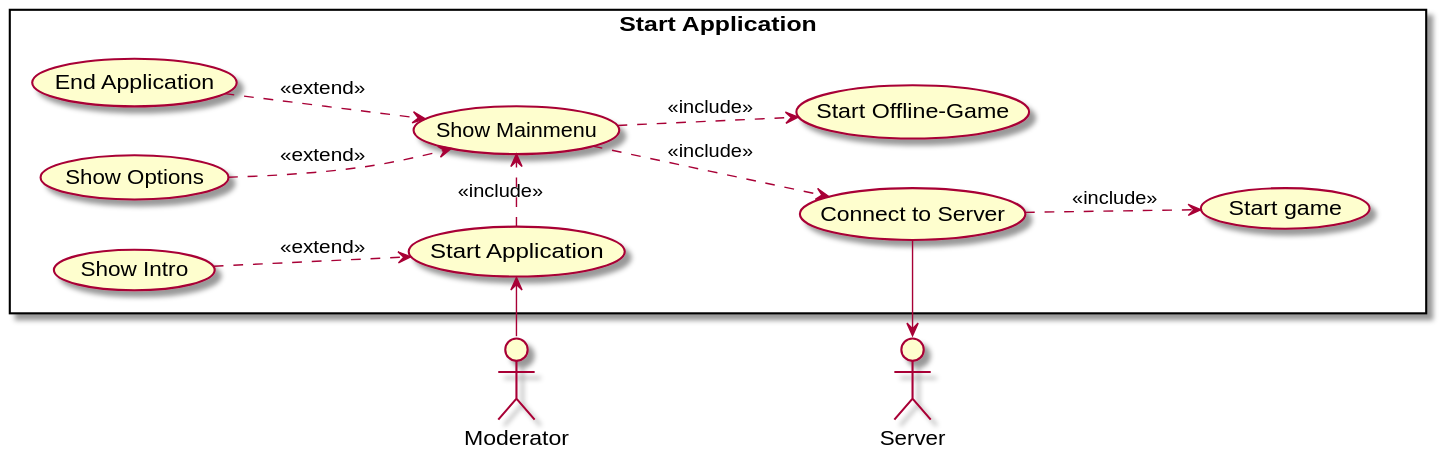
Brotenko/QualityQuest keeps this PlantUML diagram as Docs/Technical Specifications/docs/diagrams/UseCase/Moderator_Client_A.svg. Above is the earlier version.
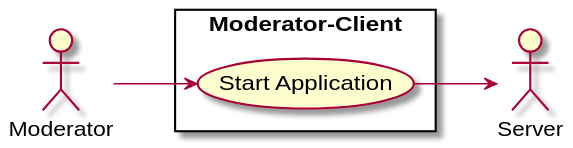
The same diagram one commit later.

What changed in the source:
```diff
@@ -1,30 +1,19 @@
 @startuml
 left to right direction
 
-rectangle "Start Application" {
-    usecase "Start Application" as s
-    usecase "Show Intro" as ia
-    usecase "Show Mainmenu" as mm
-    usecase "Show Options" as so
-    usecase "End Application" as ea
-    usecase "Start Offline-Game" as og
-    together {
-    usecase "Connect to Server" as cs
-    usecase "Start game" as sg
-    }
+
+rectangle "Moderator-Client" {
+    usecase "Start Application" as start
 }
+
 actor "Moderator" as m
-actor "Server" as se
+actor "Server" as s
+
+m --> start
+start --> s
 
 
 
-m -right-> s
-ia .down.> s : <<extend>>
-s .right.> mm : <<include>>
-so .down.> mm : <<extend>>
-cs .down.> sg : <<include>>
-mm ..> cs : <<include>>
-ea ..> mm : <<extend>>
-cs -left-> se
-mm ..> og : <<include>>
+
+
 @enduml
```
